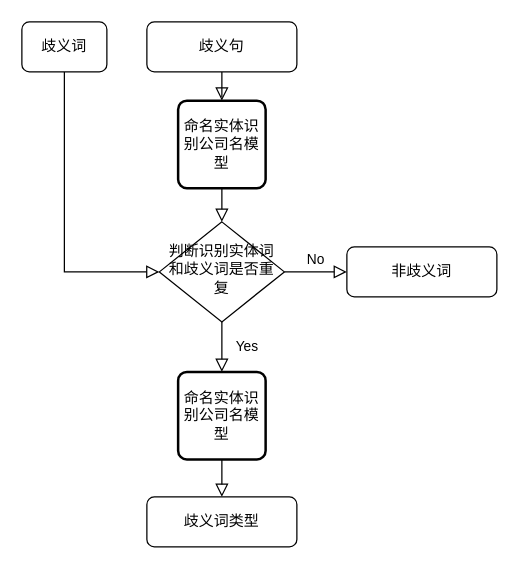
Earlier version of the draw.io diagram other/Untitled Diagram.drawio (MMMLMF/notes). Source tidied: cells renumbered, new cells numbered last; positions are measured from the earlier drawing's top-left corner, leaving out a move shared by most shapes. Both pictures are drawn from the tidied source at 125%, with x=0, y=0 at pixel (21, 21).
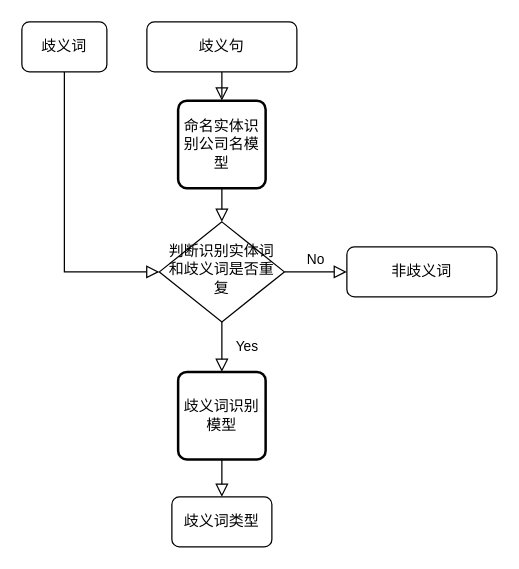
The same diagram, later.

What changed in the source:
```diff
@@
 <mxGraphModel>
   <root>
     <mxCell id="0" />
     <mxCell id="1" parent="0" />
     <mxCell id="2" style="rounded=0;html=1;jettySize=auto;fontSize=11;endArrow=block;endFill=0;endSize=8;strokeWidth=1;shadow=0;labelBackgroundColor=none;edgeStyle=orthogonalEdgeStyle;entryX=0.5;entryY=0;entryDx=0;entryDy=0;" parent="1" edge="1" source="3" target="13">
       <mxGeometry relative="1" as="geometry" />
     </mxCell>
     <mxCell id="3" value="歧义句" style="rounded=1;whiteSpace=wrap;html=1;fontSize=12;glass=0;strokeWidth=1;shadow=0;" parent="1" vertex="1">
       <mxGeometry x="100" width="120" height="40" as="geometry" />
     </mxCell>
     <mxCell id="4" value="Yes" style="rounded=0;html=1;jettySize=auto;fontSize=11;endArrow=block;endFill=0;endSize=8;strokeWidth=1;shadow=0;labelBackgroundColor=none;edgeStyle=orthogonalEdgeStyle;entryX=0.5;entryY=0;entryDx=0;entryDy=0;" parent="1" edge="1" source="6" target="14">
       <mxGeometry y="20" relative="1" as="geometry" />
     </mxCell>
     <mxCell id="5" value="No" style="edgeStyle=orthogonalEdgeStyle;rounded=0;html=1;jettySize=auto;fontSize=11;endArrow=block;endFill=0;endSize=8;strokeWidth=1;shadow=0;labelBackgroundColor=none;" parent="1" edge="1" source="6" target="7">
       <mxGeometry y="10" relative="1" as="geometry" />
     </mxCell>
     <mxCell id="6" value="判断识别实体词和歧义词是否重复" style="rhombus;whiteSpace=wrap;html=1;shadow=0;fontFamily=Helvetica;fontSize=12;align=center;strokeWidth=1;spacing=6;spacingTop=-4;" parent="1" vertex="1">
       <mxGeometry x="110" y="160" width="100" height="80" as="geometry" />
     </mxCell>
     <mxCell id="7" value="非歧义词" style="rounded=1;whiteSpace=wrap;html=1;fontSize=12;glass=0;strokeWidth=1;shadow=0;" parent="1" vertex="1">
       <mxGeometry x="260" y="180" width="120" height="40" as="geometry" />
     </mxCell>
     <mxCell id="8" style="rounded=0;html=1;jettySize=auto;fontSize=11;endArrow=block;endFill=0;endSize=8;strokeWidth=1;shadow=0;labelBackgroundColor=none;edgeStyle=orthogonalEdgeStyle;exitX=0.5;exitY=1;exitDx=0;exitDy=0;" parent="1" edge="1" source="14" target="9">
       <mxGeometry x="0.33" y="20" relative="1" as="geometry" />
     </mxCell>
     <mxCell id="9" value="歧义词类型" style="rounded=1;whiteSpace=wrap;html=1;fontSize=12;glass=0;strokeWidth=1;shadow=0;" parent="1" vertex="1">
-      <mxGeometry x="100" y="380" width="120" height="40" as="geometry" />
+      <mxGeometry x="120" y="380" width="80" height="40" as="geometry" />
     </mxCell>
     <mxCell id="10" value="歧义词" style="rounded=1;whiteSpace=wrap;html=1;fontSize=12;glass=0;strokeWidth=1;shadow=0;" parent="1" vertex="1">
       <mxGeometry width="68" height="40" as="geometry" />
     </mxCell>
     <mxCell id="11" style="rounded=0;html=1;jettySize=auto;fontSize=11;endArrow=block;endFill=0;endSize=8;strokeWidth=1;shadow=0;labelBackgroundColor=none;edgeStyle=orthogonalEdgeStyle;exitX=0.5;exitY=1;exitDx=0;exitDy=0;entryX=0;entryY=0.5;entryDx=0;entryDy=0;" parent="1" edge="1" source="10" target="6">
       <mxGeometry relative="1" as="geometry" />
     </mxCell>
     <mxCell id="12" style="rounded=0;html=1;jettySize=auto;fontSize=11;endArrow=block;endFill=0;endSize=8;strokeWidth=1;shadow=0;labelBackgroundColor=none;edgeStyle=orthogonalEdgeStyle;entryX=0.5;entryY=0;entryDx=0;entryDy=0;exitX=0.5;exitY=1;exitDx=0;exitDy=0;" parent="1" edge="1" source="13" target="6">
       <mxGeometry relative="1" as="geometry" />
     </mxCell>
     <mxCell id="13" value="&lt;span&gt;命名实体识别公司名模型&lt;/span&gt;" style="rounded=1;whiteSpace=wrap;html=1;absoluteArcSize=1;arcSize=14;strokeWidth=2;" parent="1" vertex="1">
       <mxGeometry x="125" y="63" width="70" height="70" as="geometry" />
     </mxCell>
-    <mxCell id="14" value="&lt;span&gt;命名实体识别公司名模型&lt;/span&gt;" style="rounded=1;whiteSpace=wrap;html=1;absoluteArcSize=1;arcSize=14;strokeWidth=2;" parent="1" vertex="1">
+    <mxCell id="14" value="&lt;span&gt;歧义词识别模型&lt;/span&gt;" style="rounded=1;whiteSpace=wrap;html=1;absoluteArcSize=1;arcSize=14;strokeWidth=2;" parent="1" vertex="1">
       <mxGeometry x="125" y="280" width="70" height="70" as="geometry" />
     </mxCell>
   </root>
 </mxGraphModel>
```
